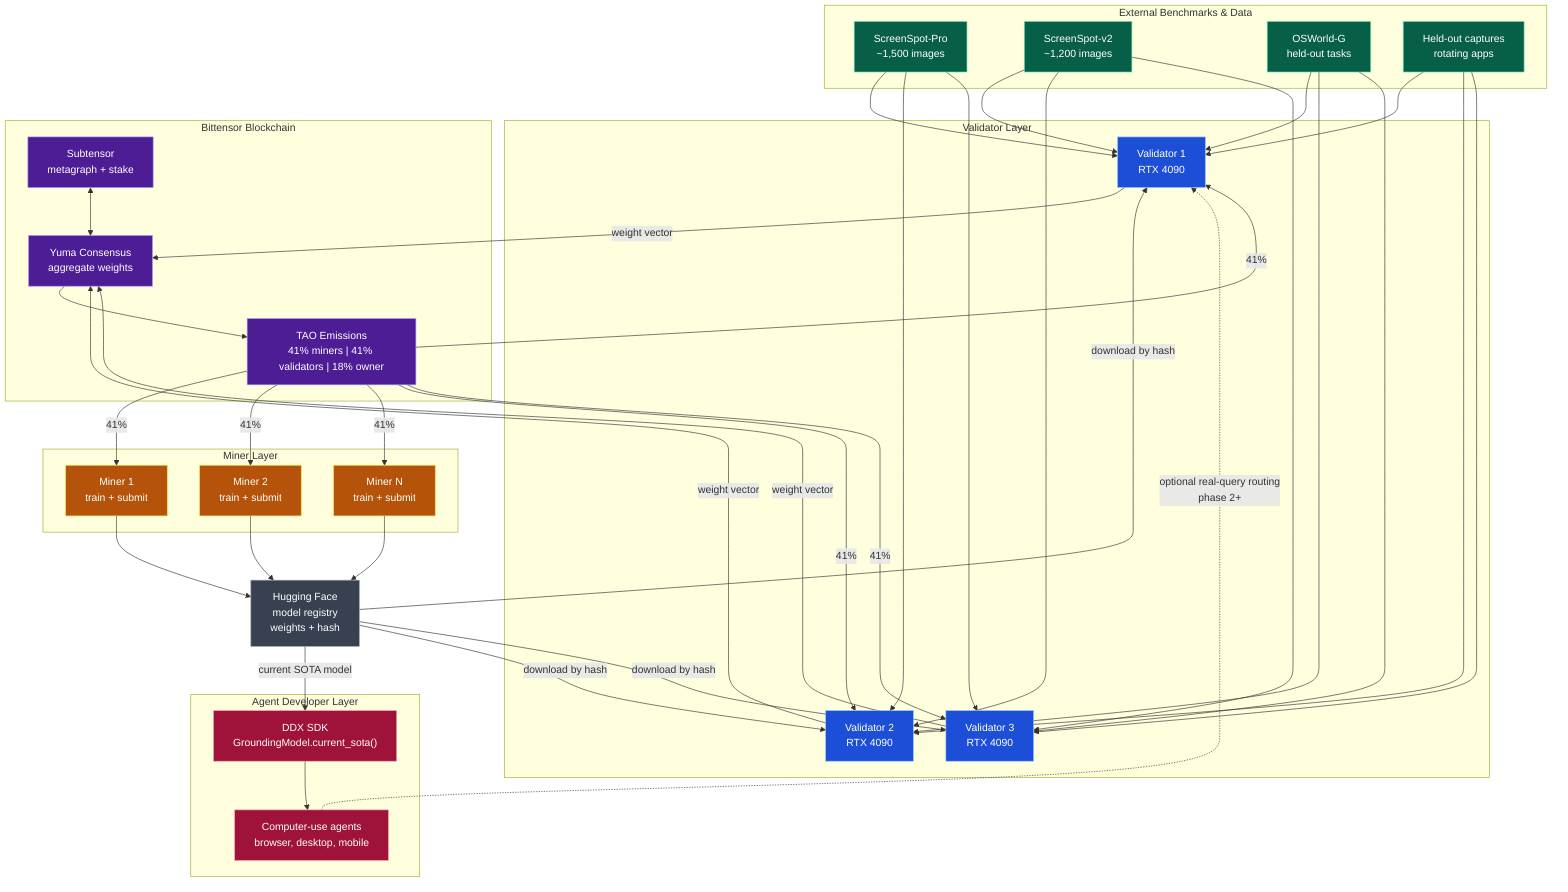
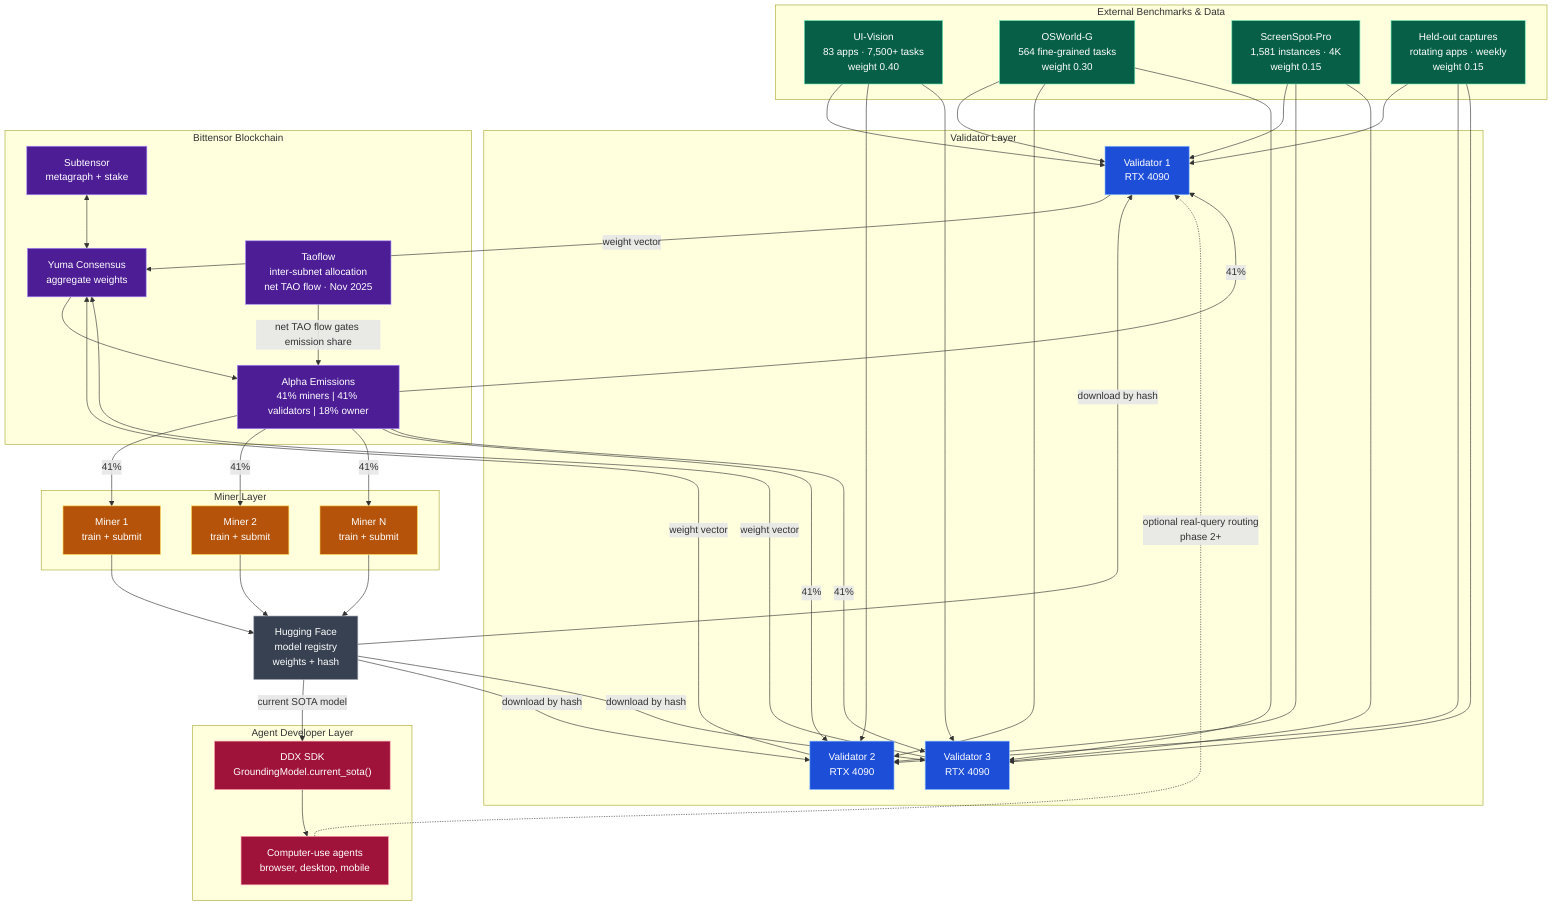
flowchart TB
    classDef miner fill:#b45309,stroke:#fcd34d,color:#fff
    classDef validator fill:#1d4ed8,stroke:#93c5fd,color:#fff
    classDef chain fill:#4c1d95,stroke:#a78bfa,color:#fff
    classDef external fill:#065f46,stroke:#6ee7b7,color:#fff
    classDef consumer fill:#9f1239,stroke:#fda4af,color:#fff
    classDef storage fill:#374151,stroke:#9ca3af,color:#fff

    subgraph External["External Benchmarks & Data"]
-         SP["ScreenSpot-Pro<br/>~1,500 images"]:::external
-         SP2["ScreenSpot-v2<br/>~1,200 images"]:::external
-         OSW["OSWorld-G<br/>held-out tasks"]:::external
-         HOC["Held-out captures<br/>rotating apps"]:::external
+         UIV["UI-Vision<br/>83 apps · 7,500+ tasks<br/>weight 0.40"]:::external
+         OSW["OSWorld-G<br/>564 fine-grained tasks<br/>weight 0.30"]:::external
+         SP["ScreenSpot-Pro<br/>1,581 instances · 4K<br/>weight 0.15"]:::external
+         HOC["Held-out captures<br/>rotating apps · weekly<br/>weight 0.15"]:::external
    end

    subgraph Miners["Miner Layer"]
        M1["Miner 1<br/>train + submit"]:::miner
        M2["Miner 2<br/>train + submit"]:::miner
        M3["Miner N<br/>train + submit"]:::miner
    end

    HF["Hugging Face<br/>model registry<br/>weights + hash"]:::storage

    subgraph Validators["Validator Layer"]
        V1["Validator 1<br/>RTX 4090"]:::validator
        V2["Validator 2<br/>RTX 4090"]:::validator
        V3["Validator 3<br/>RTX 4090"]:::validator
    end

    subgraph Chain["Bittensor Blockchain"]
        ST["Subtensor<br/>metagraph + stake"]:::chain
        YC["Yuma Consensus<br/>aggregate weights"]:::chain
-         EM["TAO Emissions<br/>41% miners | 41% validators | 18% owner"]:::chain
+         TF["Taoflow<br/>inter-subnet allocation<br/>net TAO flow · Nov 2025"]:::chain
+         EM["Alpha Emissions<br/>41% miners | 41% validators | 18% owner"]:::chain
    end

    subgraph Consumers["Agent Developer Layer"]
        SDK["DDX SDK<br/>GroundingModel.current_sota()"]:::consumer
        AGENTS["Computer-use agents<br/>browser, desktop, mobile"]:::consumer
    end

    M1 --> HF
    M2 --> HF
    M3 --> HF

    HF -->|download by hash| V1
    HF -->|download by hash| V2
    HF -->|download by hash| V3

+     UIV --> V1
+     OSW --> V1
    SP --> V1
-     SP2 --> V1
-     OSW --> V1
    HOC --> V1
+     UIV --> V2
+     OSW --> V2
    SP --> V2
-     SP2 --> V2
-     OSW --> V2
    HOC --> V2
+     UIV --> V3
+     OSW --> V3
    SP --> V3
-     SP2 --> V3
-     OSW --> V3
    HOC --> V3

    V1 -->|weight vector| YC
    V2 -->|weight vector| YC
    V3 -->|weight vector| YC

    ST <--> YC
+     TF -->|net TAO flow gates emission share| EM
    YC --> EM

    EM -->|41%| M1
    EM -->|41%| M2
    EM -->|41%| M3
    EM -->|41%| V1
    EM -->|41%| V2
    EM -->|41%| V3

    HF -->|current SOTA model| SDK
    SDK --> AGENTS

    AGENTS -.->|optional real-query routing<br/>phase 2+| V1
